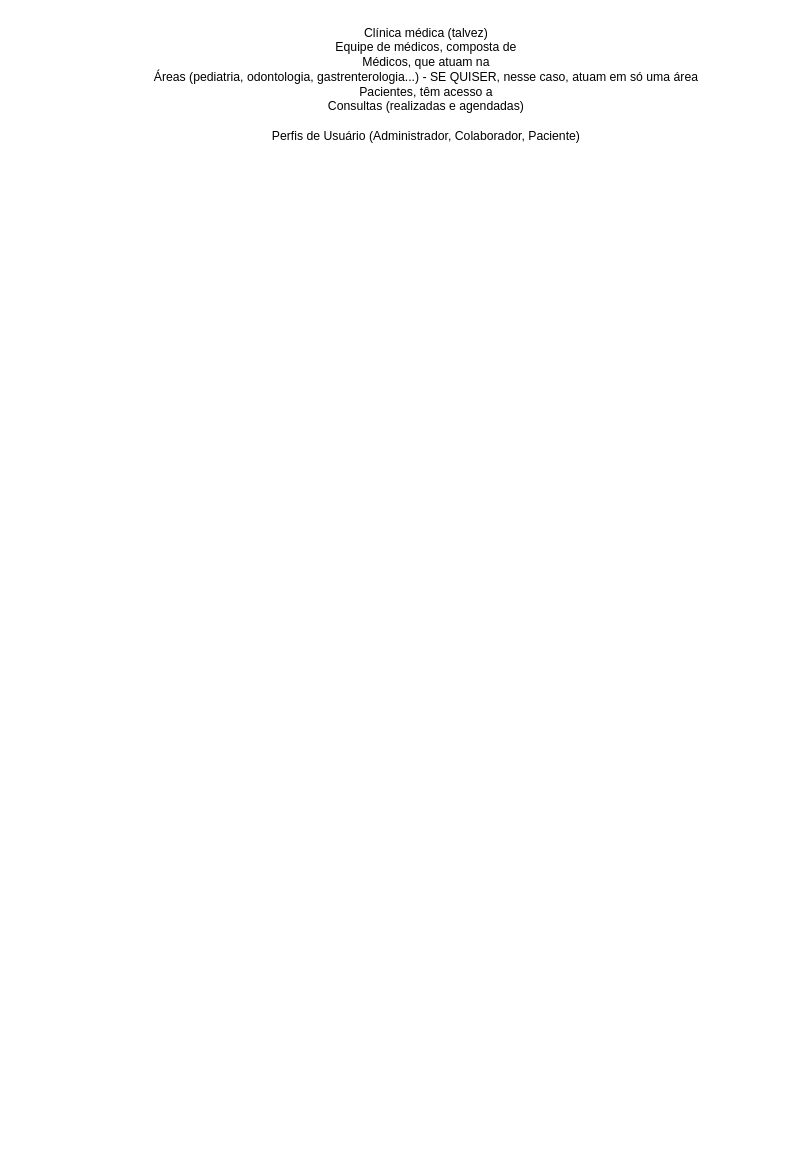
Before: Banco de dados - Sprint 1/Projeto Health Clinic/Health Clinic.drawio in LucasBO7/senai-curso-repos-semestre-2, a draw.io diagram. Source tidied: cells renumbered, new cells numbered last; positions are measured from the earlier drawing's top-left corner, leaving out a move shared by most shapes. Both pictures are drawn from the tidied source at 102%, with x=0, y=0 at pixel (140, 17).
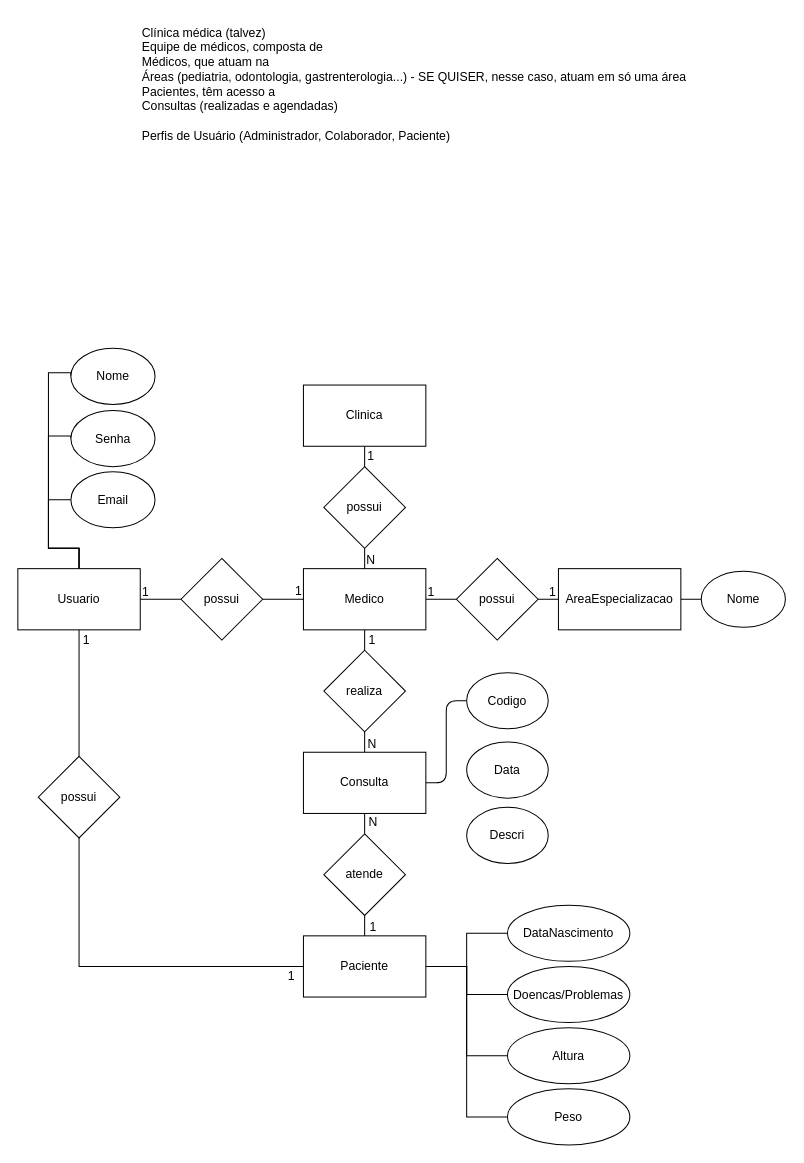
Above is the later version.

Change to the diagram source:
```diff
@@
-    <mxCell id="2" value="&lt;div&gt;Clínica médica (talvez)&lt;/div&gt;&lt;div&gt;Equipe de médicos, composta de&lt;/div&gt;&lt;div&gt;Médicos, que atuam na&lt;/div&gt;&lt;div&gt;Áreas (pediatria, odontologia, gastrenterologia...) - SE QUISER, nesse caso, atuam em só uma área&lt;/div&gt;&lt;div&gt;Pacientes, têm acesso a&lt;/div&gt;&lt;div&gt;Consultas (realizadas e agendadas)&lt;/div&gt;&lt;div&gt;&lt;br&gt;&lt;/div&gt;&lt;div&gt;Perfis de Usuário (Administrador, Colaborador, Paciente)&lt;/div&gt;" style="text;html=1;align=center;verticalAlign=middle;strokeColor=none;fillColor=none;" parent="1" vertex="1">
+    <mxCell id="2" value="&lt;div&gt;Clínica médica (talvez)&lt;/div&gt;&lt;div&gt;Equipe de médicos, composta de&lt;/div&gt;&lt;div&gt;Médicos, que atuam na&lt;/div&gt;&lt;div&gt;Áreas (pediatria, odontologia, gastrenterologia...) - SE QUISER, nesse caso, atuam em só uma área&lt;/div&gt;&lt;div&gt;Pacientes, têm acesso a&lt;/div&gt;&lt;div&gt;Consultas (realizadas e agendadas)&lt;/div&gt;&lt;div&gt;&lt;br&gt;&lt;/div&gt;&lt;div&gt;Perfis de Usuário (Administrador, Colaborador, Paciente)&lt;/div&gt;" style="text;html=1;align=left;verticalAlign=middle;strokeColor=none;fillColor=none;rounded=0;" parent="1" vertex="1">
       <mxGeometry width="560" height="130" as="geometry" />
     </mxCell>
+    <mxCell id="3" style="edgeStyle=orthogonalEdgeStyle;rounded=0;jettySize=auto;html=1;entryX=0.5;entryY=0;entryDx=0;entryDy=0;endArrow=none;endFill=0;" parent="1" edge="1" source="4" target="22">
+      <mxGeometry relative="1" as="geometry" />
+    </mxCell>
+    <mxCell id="4" value="Clinica" style="rounded=0;whiteSpace=wrap;html=1;" parent="1" vertex="1">
+      <mxGeometry x="160" y="360" width="120" height="60" as="geometry" />
+    </mxCell>
+    <mxCell id="5" style="edgeStyle=orthogonalEdgeStyle;rounded=0;jettySize=auto;html=1;entryX=0;entryY=0.5;entryDx=0;entryDy=0;endArrow=none;endFill=0;" parent="1" edge="1" source="6" target="48">
+      <mxGeometry relative="1" as="geometry" />
+    </mxCell>
+    <mxCell id="6" value="AreaEspecializacao" style="rounded=0;whiteSpace=wrap;html=1;" parent="1" vertex="1">
+      <mxGeometry x="410" y="540" width="120" height="60" as="geometry" />
+    </mxCell>
+    <mxCell id="7" style="edgeStyle=orthogonalEdgeStyle;rounded=0;jettySize=auto;html=1;entryX=0.5;entryY=0;entryDx=0;entryDy=0;endArrow=none;endFill=0;" parent="1" edge="1" source="8" target="11">
+      <mxGeometry relative="1" as="geometry" />
+    </mxCell>
+    <mxCell id="8" value="realiza" style="rhombus;whiteSpace=wrap;html=1;rounded=0;" parent="1" vertex="1">
+      <mxGeometry x="180" y="620" width="80" height="80" as="geometry" />
+    </mxCell>
+    <mxCell id="9" style="edgeStyle=orthogonalEdgeStyle;rounded=0;jettySize=auto;html=1;entryX=0.5;entryY=0;entryDx=0;entryDy=0;endArrow=none;endFill=0;" parent="1" edge="1" source="11" target="31">
+      <mxGeometry relative="1" as="geometry" />
+    </mxCell>
+    <mxCell id="10" style="edgeStyle=orthogonalEdgeStyle;jettySize=auto;html=1;entryX=0;entryY=0.5;entryDx=0;entryDy=0;endArrow=none;endFill=0;" parent="1" edge="1" source="11" target="56">
+      <mxGeometry relative="1" as="geometry" />
+    </mxCell>
+    <mxCell id="11" value="Consulta" style="rounded=0;whiteSpace=wrap;html=1;" parent="1" vertex="1">
+      <mxGeometry x="160" y="720" width="120" height="60" as="geometry" />
+    </mxCell>
+    <mxCell id="12" style="edgeStyle=orthogonalEdgeStyle;rounded=0;jettySize=auto;html=1;entryX=0;entryY=0.5;entryDx=0;entryDy=0;endArrow=none;endFill=0;" parent="1" edge="1" source="17" target="33">
+      <mxGeometry relative="1" as="geometry" />
+    </mxCell>
+    <mxCell id="13" style="edgeStyle=orthogonalEdgeStyle;rounded=0;jettySize=auto;html=1;entryX=0.5;entryY=0;entryDx=0;entryDy=0;endArrow=none;endFill=0;" parent="1" edge="1" source="17" target="35">
+      <mxGeometry relative="1" as="geometry" />
+    </mxCell>
+    <mxCell id="14" style="edgeStyle=orthogonalEdgeStyle;rounded=0;jettySize=auto;html=1;entryX=0;entryY=0.5;entryDx=0;entryDy=0;endArrow=none;endFill=0;" parent="1" edge="1" source="17" target="51">
+      <mxGeometry relative="1" as="geometry">
+        <Array as="points">
+          <mxPoint x="-60" y="520" />
+          <mxPoint x="-90" y="520" />
+          <mxPoint x="-90" y="472" />
+        </Array>
+      </mxGeometry>
+    </mxCell>
+    <mxCell id="15" style="edgeStyle=orthogonalEdgeStyle;rounded=0;jettySize=auto;html=1;entryX=0;entryY=0.5;entryDx=0;entryDy=0;exitX=0.5;exitY=0;exitDx=0;exitDy=0;endArrow=none;endFill=0;" parent="1" edge="1" source="17" target="52">
+      <mxGeometry relative="1" as="geometry">
+        <Array as="points">
+          <mxPoint x="-60" y="520" />
+          <mxPoint x="-90" y="520" />
+          <mxPoint x="-90" y="410" />
+          <mxPoint x="-68" y="410" />
+        </Array>
+      </mxGeometry>
+    </mxCell>
+    <mxCell id="16" style="edgeStyle=orthogonalEdgeStyle;jettySize=auto;html=1;entryX=0;entryY=0.5;entryDx=0;entryDy=0;rounded=0;endArrow=none;endFill=0;" parent="1" edge="1" source="17" target="53">
+      <mxGeometry relative="1" as="geometry">
+        <Array as="points">
+          <mxPoint x="-60" y="520" />
+          <mxPoint x="-90" y="520" />
+          <mxPoint x="-90" y="348" />
+        </Array>
+      </mxGeometry>
+    </mxCell>
+    <mxCell id="17" value="Usuario" style="rounded=0;whiteSpace=wrap;html=1;" parent="1" vertex="1">
+      <mxGeometry x="-120" y="540" width="120" height="60" as="geometry" />
+    </mxCell>
+    <mxCell id="18" style="edgeStyle=orthogonalEdgeStyle;rounded=0;jettySize=auto;html=1;entryX=0.5;entryY=0;entryDx=0;entryDy=0;endArrow=none;endFill=0;" parent="1" edge="1" source="20" target="8">
+      <mxGeometry relative="1" as="geometry" />
+    </mxCell>
+    <mxCell id="19" style="edgeStyle=orthogonalEdgeStyle;rounded=0;jettySize=auto;html=1;entryX=0;entryY=0.5;entryDx=0;entryDy=0;endArrow=none;endFill=0;" parent="1" edge="1" source="20" target="24">
+      <mxGeometry relative="1" as="geometry" />
+    </mxCell>
+    <mxCell id="20" value="Medico" style="rounded=0;whiteSpace=wrap;html=1;" parent="1" vertex="1">
+      <mxGeometry x="160" y="540" width="120" height="60" as="geometry" />
+    </mxCell>
+    <mxCell id="21" style="edgeStyle=orthogonalEdgeStyle;rounded=0;jettySize=auto;html=1;entryX=0.5;entryY=0;entryDx=0;entryDy=0;endArrow=none;endFill=0;" parent="1" edge="1" source="22" target="20">
+      <mxGeometry relative="1" as="geometry" />
+    </mxCell>
+    <mxCell id="22" value="possui" style="rhombus;whiteSpace=wrap;html=1;rounded=0;" parent="1" vertex="1">
+      <mxGeometry x="180" y="440" width="80" height="80" as="geometry" />
+    </mxCell>
+    <mxCell id="23" style="edgeStyle=orthogonalEdgeStyle;rounded=0;jettySize=auto;html=1;entryX=0;entryY=0.5;entryDx=0;entryDy=0;endArrow=none;endFill=0;" parent="1" edge="1" source="24" target="6">
+      <mxGeometry relative="1" as="geometry" />
+    </mxCell>
+    <mxCell id="24" value="possui" style="rhombus;whiteSpace=wrap;html=1;rounded=0;" parent="1" vertex="1">
+      <mxGeometry x="310" y="530" width="80" height="80" as="geometry" />
+    </mxCell>
+    <mxCell id="25" style="edgeStyle=orthogonalEdgeStyle;rounded=0;jettySize=auto;html=1;entryX=0;entryY=0.5;entryDx=0;entryDy=0;endArrow=none;endFill=0;" parent="1" edge="1" source="29" target="49">
+      <mxGeometry relative="1" as="geometry" />
+    </mxCell>
+    <mxCell id="26" style="edgeStyle=orthogonalEdgeStyle;rounded=0;jettySize=auto;html=1;entryX=0;entryY=0.5;entryDx=0;entryDy=0;endArrow=none;endFill=0;" parent="1" edge="1" source="29" target="50">
+      <mxGeometry relative="1" as="geometry" />
+    </mxCell>
+    <mxCell id="27" style="edgeStyle=orthogonalEdgeStyle;jettySize=auto;html=1;entryX=0;entryY=0.5;entryDx=0;entryDy=0;rounded=0;endArrow=none;endFill=0;" parent="1" edge="1" source="29" target="54">
+      <mxGeometry relative="1" as="geometry" />
+    </mxCell>
+    <mxCell id="28" style="edgeStyle=orthogonalEdgeStyle;jettySize=auto;html=1;entryX=0;entryY=0.5;entryDx=0;entryDy=0;rounded=0;endArrow=none;endFill=0;" parent="1" edge="1" source="29" target="55">
+      <mxGeometry relative="1" as="geometry" />
+    </mxCell>
+    <mxCell id="29" value="Paciente" style="rounded=0;whiteSpace=wrap;html=1;" parent="1" vertex="1">
+      <mxGeometry x="160" y="900" width="120" height="60" as="geometry" />
+    </mxCell>
+    <mxCell id="30" style="edgeStyle=orthogonalEdgeStyle;rounded=0;jettySize=auto;html=1;entryX=0.5;entryY=0;entryDx=0;entryDy=0;endArrow=none;endFill=0;" parent="1" edge="1" source="31" target="29">
+      <mxGeometry relative="1" as="geometry" />
+    </mxCell>
+    <mxCell id="31" value="atende" style="rhombus;whiteSpace=wrap;html=1;rounded=0;" parent="1" vertex="1">
+      <mxGeometry x="180" y="800" width="80" height="80" as="geometry" />
+    </mxCell>
+    <mxCell id="32" style="edgeStyle=orthogonalEdgeStyle;rounded=0;jettySize=auto;html=1;entryX=0;entryY=0.5;entryDx=0;entryDy=0;endArrow=none;endFill=0;" parent="1" edge="1" source="33" target="20">
+      <mxGeometry relative="1" as="geometry" />
+    </mxCell>
+    <mxCell id="33" value="possui" style="rhombus;whiteSpace=wrap;html=1;rounded=0;" parent="1" vertex="1">
+      <mxGeometry x="40" y="530" width="80" height="80" as="geometry" />
+    </mxCell>
+    <mxCell id="34" style="edgeStyle=orthogonalEdgeStyle;rounded=0;jettySize=auto;html=1;entryX=0;entryY=0.5;entryDx=0;entryDy=0;exitX=0.5;exitY=1;exitDx=0;exitDy=0;endArrow=none;endFill=0;" parent="1" edge="1" source="35" target="29">
+      <mxGeometry relative="1" as="geometry">
+        <Array as="points">
+          <mxPoint x="-60" y="930" />
+        </Array>
+      </mxGeometry>
+    </mxCell>
+    <mxCell id="35" value="possui" style="rhombus;whiteSpace=wrap;html=1;rounded=0;" parent="1" vertex="1">
+      <mxGeometry x="-100" y="724" width="80" height="80" as="geometry" />
+    </mxCell>
+    <mxCell id="36" value="1" style="text;html=1;align=center;verticalAlign=middle;strokeColor=none;fillColor=none;rounded=0;" parent="1" vertex="1">
+      <mxGeometry x="211" y="415" width="30" height="30" as="geometry" />
+    </mxCell>
+    <mxCell id="37" value="N" style="text;html=1;align=center;verticalAlign=middle;strokeColor=none;fillColor=none;rounded=0;" parent="1" vertex="1">
+      <mxGeometry x="211" y="517" width="30" height="30" as="geometry" />
+    </mxCell>
+    <mxCell id="38" value="1" style="text;html=1;align=center;verticalAlign=middle;strokeColor=none;fillColor=none;rounded=0;" parent="1" vertex="1">
+      <mxGeometry x="270" y="548" width="30" height="30" as="geometry" />
+    </mxCell>
+    <mxCell id="39" value="1" style="text;html=1;align=center;verticalAlign=middle;strokeColor=none;fillColor=none;rounded=0;" parent="1" vertex="1">
+      <mxGeometry x="389" y="548" width="30" height="30" as="geometry" />
+    </mxCell>
+    <mxCell id="40" value="1" style="text;html=1;align=center;verticalAlign=middle;strokeColor=none;fillColor=none;rounded=0;" parent="1" vertex="1">
+      <mxGeometry x="212" y="595" width="30" height="30" as="geometry" />
+    </mxCell>
+    <mxCell id="41" value="N" style="text;html=1;align=center;verticalAlign=middle;strokeColor=none;fillColor=none;rounded=0;" parent="1" vertex="1">
+      <mxGeometry x="212" y="697" width="30" height="30" as="geometry" />
+    </mxCell>
+    <mxCell id="42" value="N" style="text;html=1;align=center;verticalAlign=middle;strokeColor=none;fillColor=none;rounded=0;" parent="1" vertex="1">
+      <mxGeometry x="213" y="774" width="30" height="30" as="geometry" />
+    </mxCell>
+    <mxCell id="43" value="1" style="text;html=1;align=center;verticalAlign=middle;strokeColor=none;fillColor=none;rounded=0;" parent="1" vertex="1">
+      <mxGeometry x="213" y="877" width="30" height="30" as="geometry" />
+    </mxCell>
+    <mxCell id="44" value="1" style="text;html=1;align=center;verticalAlign=middle;strokeColor=none;fillColor=none;rounded=0;" parent="1" vertex="1">
+      <mxGeometry x="-10" y="548" width="30" height="30" as="geometry" />
+    </mxCell>
+    <mxCell id="45" value="1" style="text;html=1;align=center;verticalAlign=middle;strokeColor=none;fillColor=none;rounded=0;" parent="1" vertex="1">
+      <mxGeometry x="140" y="547" width="30" height="30" as="geometry" />
+    </mxCell>
+    <mxCell id="46" value="1" style="text;html=1;align=center;verticalAlign=middle;strokeColor=none;fillColor=none;rounded=0;" parent="1" vertex="1">
+      <mxGeometry x="-68" y="595" width="30" height="30" as="geometry" />
+    </mxCell>
+    <mxCell id="47" value="1" style="text;html=1;align=center;verticalAlign=middle;strokeColor=none;fillColor=none;rounded=0;" parent="1" vertex="1">
+      <mxGeometry x="133" y="925" width="30" height="30" as="geometry" />
+    </mxCell>
+    <mxCell id="48" value="Nome" style="ellipse;whiteSpace=wrap;html=1;rounded=0;" parent="1" vertex="1">
+      <mxGeometry x="550" y="542.5" width="82.5" height="55" as="geometry" />
+    </mxCell>
+    <mxCell id="49" value="DataNascimento" style="ellipse;whiteSpace=wrap;html=1;rounded=0;" parent="1" vertex="1">
+      <mxGeometry x="360" y="870" width="120" height="55" as="geometry" />
+    </mxCell>
+    <mxCell id="50" value="Doencas/Problemas" style="ellipse;whiteSpace=wrap;html=1;rounded=0;" parent="1" vertex="1">
+      <mxGeometry x="360" y="930" width="120" height="55" as="geometry" />
+    </mxCell>
+    <mxCell id="51" value="Email" style="ellipse;whiteSpace=wrap;html=1;rounded=0;" parent="1" vertex="1">
+      <mxGeometry x="-68" y="445" width="82.5" height="55" as="geometry" />
+    </mxCell>
+    <mxCell id="52" value="Senha" style="ellipse;whiteSpace=wrap;html=1;rounded=0;" parent="1" vertex="1">
+      <mxGeometry x="-68" y="385" width="82.5" height="55" as="geometry" />
+    </mxCell>
+    <mxCell id="53" value="Nome" style="ellipse;whiteSpace=wrap;html=1;rounded=0;" parent="1" vertex="1">
+      <mxGeometry x="-68" y="324" width="82.5" height="55" as="geometry" />
+    </mxCell>
+    <mxCell id="54" value="Altura" style="ellipse;whiteSpace=wrap;html=1;rounded=0;" parent="1" vertex="1">
+      <mxGeometry x="360" y="990" width="120" height="55" as="geometry" />
+    </mxCell>
+    <mxCell id="55" value="Peso" style="ellipse;whiteSpace=wrap;html=1;rounded=0;" parent="1" vertex="1">
+      <mxGeometry x="360" y="1050" width="120" height="55" as="geometry" />
+    </mxCell>
+    <mxCell id="56" value="Codigo" style="ellipse;whiteSpace=wrap;html=1;rounded=0;" parent="1" vertex="1">
+      <mxGeometry x="320" y="642" width="80" height="55" as="geometry" />
+    </mxCell>
+    <mxCell id="57" value="Data" style="ellipse;whiteSpace=wrap;html=1;rounded=0;" parent="1" vertex="1">
+      <mxGeometry x="320" y="710" width="80" height="55" as="geometry" />
+    </mxCell>
+    <mxCell id="58" value="Descri" style="ellipse;whiteSpace=wrap;html=1;rounded=0;" parent="1" vertex="1">
+      <mxGeometry x="320" y="774" width="80" height="55" as="geometry" />
+    </mxCell>
```
